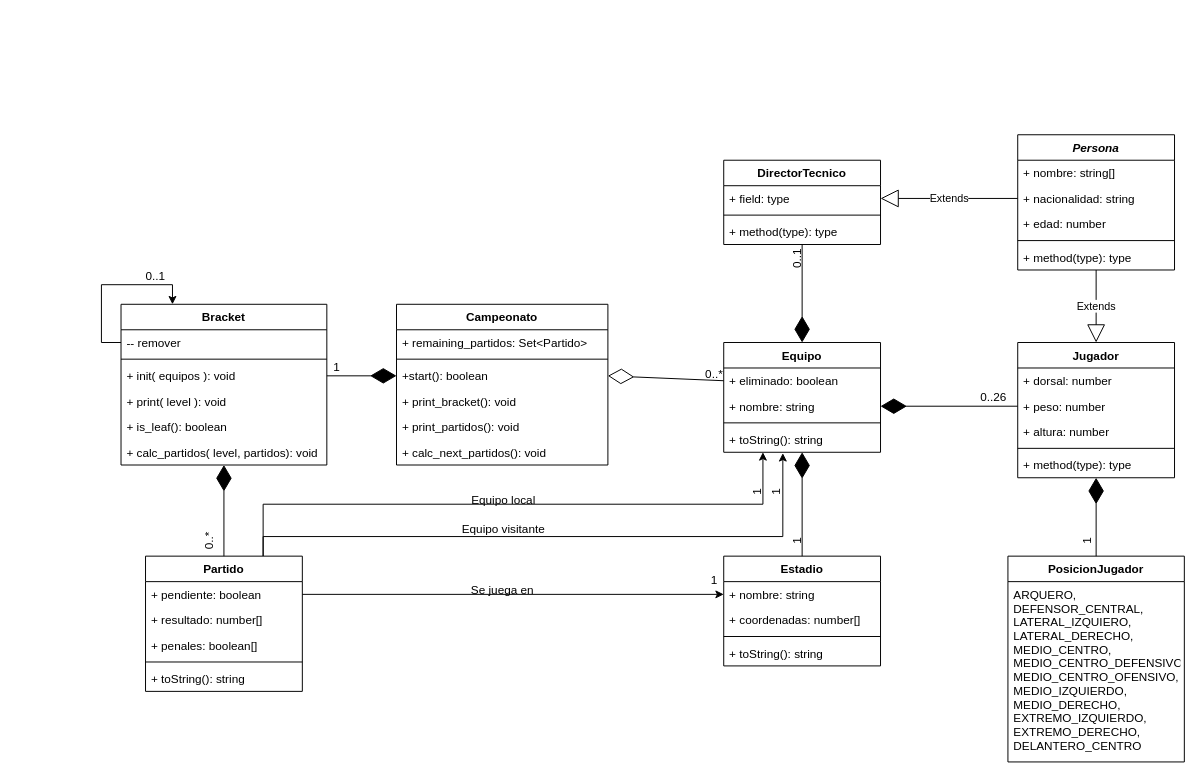
This is doc/Sistema campeonato.drawio from joaquinmaier/campeonato-api, a draw.io file, before an edit. Source tidied: cells renumbered, new cells numbered last; positions are measured from the earlier drawing's top-left corner, leaving out a move shared by most shapes. Both pictures are drawn from the tidied source at 98%, with x=0, y=0 at pixel (101, 134).
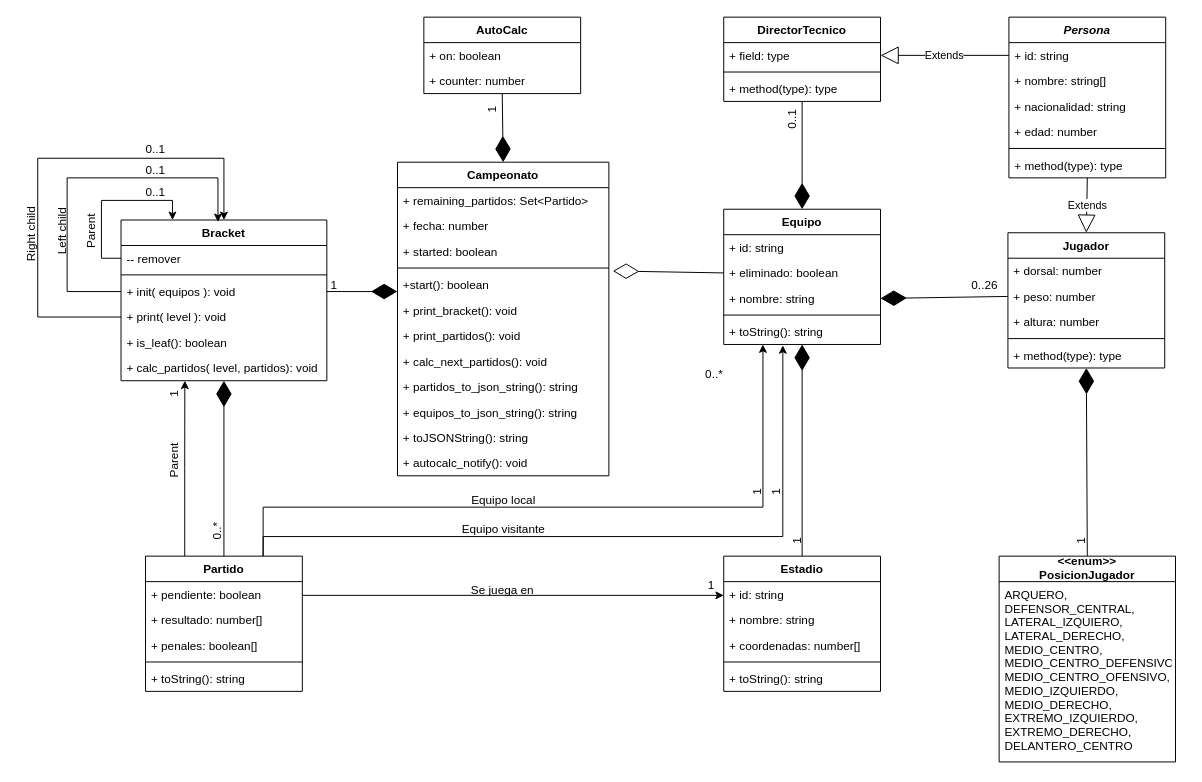
The same page after the edit.

Unchanged cells that the change refers to:
```xml
<mxCell id="18" value="+ peso: number" style="text;strokeColor=none;fillColor=none;align=left;verticalAlign=top;spacingLeft=4;spacingRight=4;overflow=hidden;points=[[0,0.5],[1,0.5]];portConstraint=eastwest;" parent="16" vertex="1">
  <mxGeometry y="52" width="160" height="26" as="geometry" />
</mxCell>
<mxCell id="35" value="+ field: type" style="text;strokeColor=none;fillColor=none;align=left;verticalAlign=top;spacingLeft=4;spacingRight=4;overflow=hidden;points=[[0,0.5],[1,0.5]];portConstraint=eastwest;" parent="34" vertex="1">
  <mxGeometry y="26" width="160" height="26" as="geometry" />
</mxCell>
<mxCell id="45" value="+ init( equipos ): void" style="text;strokeColor=none;fillColor=none;align=left;verticalAlign=top;spacingLeft=4;spacingRight=4;overflow=hidden;points=[[0,0.5],[1,0.5]];portConstraint=eastwest;" parent="41" vertex="1">
  <mxGeometry y="60" width="210" height="26" as="geometry" />
</mxCell>
<mxCell id="46" value="+ print( level ): void" style="text;strokeColor=none;fillColor=none;align=left;verticalAlign=top;spacingLeft=4;spacingRight=4;overflow=hidden;points=[[0,0.5],[1,0.5]];portConstraint=eastwest;" parent="41" vertex="1">
  <mxGeometry y="86" width="210" height="26" as="geometry" />
</mxCell>
<mxCell id="48" value="+ calc_partidos( level, partidos): void" style="text;strokeColor=none;fillColor=none;align=left;verticalAlign=top;spacingLeft=4;spacingRight=4;overflow=hidden;points=[[0,0.5],[1,0.5]];portConstraint=eastwest;" parent="41" vertex="1">
  <mxGeometry y="138" width="210" height="26" as="geometry" />
</mxCell>
<mxCell id="58" value="Partido" style="swimlane;fontStyle=1;align=center;verticalAlign=top;horizontal=1;startSize=26;" parent="1" vertex="1">
  <mxGeometry x="45" y="430" width="160" height="138" as="geometry" />
</mxCell>
<mxCell id="59" value="+ pendiente: boolean" style="text;strokeColor=none;fillColor=none;align=left;verticalAlign=top;spacingLeft=4;spacingRight=4;overflow=hidden;points=[[0,0.5],[1,0.5]];portConstraint=eastwest;" parent="58" vertex="1">
  <mxGeometry y="26" width="160" height="26" as="geometry" />
</mxCell>
```

Diff of the diagram source:
```diff
@@
     <mxCell id="2" value="Campeonato" style="swimlane;fontStyle=1;align=center;verticalAlign=top;horizontal=1;startSize=26;" parent="1" vertex="1">
-      <mxGeometry x="301.1" y="173" width="215.7" height="164" as="geometry" />
+      <mxGeometry x="302.1" y="28" width="215.7" height="320" as="geometry" />
     </mxCell>
@@
+    <mxCell id="77" value="+ fecha: number" style="text;strokeColor=none;fillColor=none;align=left;verticalAlign=top;spacingLeft=4;spacingRight=4;overflow=hidden;" parent="2" vertex="1">
+      <mxGeometry y="52" width="215.7" height="26" as="geometry" />
+    </mxCell>
+    <mxCell id="78" value="+ started: boolean" style="text;strokeColor=none;fillColor=none;align=left;verticalAlign=top;spacingLeft=4;spacingRight=4;overflow=hidden;" parent="2" vertex="1">
+      <mxGeometry y="78" width="215.7" height="26" as="geometry" />
+    </mxCell>
     <mxCell id="4" style="line;strokeWidth=1;fillColor=none;align=left;verticalAlign=middle;spacingTop=-1;spacingLeft=3;spacingRight=3;labelPosition=right;strokeColor=inherit;" parent="2" vertex="1">
-      <mxGeometry y="52" width="215.7" height="8" as="geometry" />
+      <mxGeometry y="104" width="215.7" height="8" as="geometry" />
     </mxCell>
     <mxCell id="5" value="+start(): boolean" style="text;strokeColor=none;fillColor=none;align=left;verticalAlign=top;spacingLeft=4;spacingRight=4;overflow=hidden;points=[[0,0.5],[1,0.5]];portConstraint=eastwest;" parent="2" vertex="1">
-      <mxGeometry y="60" width="215.7" height="26" as="geometry" />
+      <mxGeometry y="112" width="215.7" height="26" as="geometry" />
     </mxCell>
     <mxCell id="6" value="+ print_bracket(): void" style="text;strokeColor=none;fillColor=none;align=left;verticalAlign=top;spacingLeft=4;spacingRight=4;overflow=hidden;" parent="2" vertex="1">
-      <mxGeometry y="86" width="215.7" height="26" as="geometry" />
+      <mxGeometry y="138" width="215.7" height="26" as="geometry" />
     </mxCell>
     <mxCell id="7" value="+ print_partidos(): void" style="text;strokeColor=none;fillColor=none;align=left;verticalAlign=top;spacingLeft=4;spacingRight=4;overflow=hidden;" parent="2" vertex="1">
-      <mxGeometry y="112" width="215.7" height="26" as="geometry" />
+      <mxGeometry y="164" width="215.7" height="26" as="geometry" />
     </mxCell>
     <mxCell id="8" value="+ calc_next_partidos(): void" style="text;strokeColor=none;fillColor=none;align=left;verticalAlign=top;spacingLeft=4;spacingRight=4;overflow=hidden;" parent="2" vertex="1">
-      <mxGeometry y="138" width="215.7" height="26" as="geometry" />
+      <mxGeometry y="190" width="215.7" height="26" as="geometry" />
     </mxCell>
+    <mxCell id="79" value="+ partidos_to_json_string(): string" style="text;strokeColor=none;fillColor=none;align=left;verticalAlign=top;spacingLeft=4;spacingRight=4;overflow=hidden;" parent="2" vertex="1">
+      <mxGeometry y="216" width="215.7" height="26" as="geometry" />
+    </mxCell>
+    <mxCell id="80" value="+ equipos_to_json_string(): string" style="text;strokeColor=none;fillColor=none;align=left;verticalAlign=top;spacingLeft=4;spacingRight=4;overflow=hidden;" parent="2" vertex="1">
+      <mxGeometry y="242" width="215.7" height="26" as="geometry" />
+    </mxCell>
+    <mxCell id="81" value="+ toJSONString(): string" style="text;strokeColor=none;fillColor=none;align=left;verticalAlign=top;spacingLeft=4;spacingRight=4;overflow=hidden;" parent="2" vertex="1">
+      <mxGeometry y="268" width="215.7" height="26" as="geometry" />
+    </mxCell>
+    <mxCell id="82" value="+ autocalc_notify(): void" style="text;strokeColor=none;fillColor=none;align=left;verticalAlign=top;spacingLeft=4;spacingRight=4;overflow=hidden;" parent="2" vertex="1">
+      <mxGeometry y="294" width="215.7" height="26" as="geometry" />
+    </mxCell>
     <mxCell id="9" value="Equipo" style="swimlane;fontStyle=1;align=center;verticalAlign=top;horizontal=1;startSize=26;" parent="1" vertex="1">
-      <mxGeometry x="635" y="212" width="160" height="112" as="geometry" />
+      <mxGeometry x="635" y="76" width="160" height="138" as="geometry" />
     </mxCell>
+    <mxCell id="83" value="+ id: string" style="text;strokeColor=none;fillColor=none;align=left;verticalAlign=top;spacingLeft=4;spacingRight=4;overflow=hidden;" parent="9" vertex="1">
+      <mxGeometry y="26" width="160" height="26" as="geometry" />
+    </mxCell>
     <mxCell id="10" value="+ eliminado: boolean" style="text;strokeColor=none;fillColor=none;align=left;verticalAlign=top;spacingLeft=4;spacingRight=4;overflow=hidden;points=[[0,0.5],[1,0.5]];portConstraint=eastwest;" parent="9" vertex="1">
-      <mxGeometry y="26" width="160" height="26" as="geometry" />
+      <mxGeometry y="52" width="160" height="26" as="geometry" />
     </mxCell>
     <mxCell id="11" value="+ nombre: string" style="text;strokeColor=none;fillColor=none;align=left;verticalAlign=top;spacingLeft=4;spacingRight=4;overflow=hidden;points=[[0,0.5],[1,0.5]];portConstraint=eastwest;" parent="9" vertex="1">
-      <mxGeometry y="52" width="160" height="26" as="geometry" />
+      <mxGeometry y="78" width="160" height="26" as="geometry" />
     </mxCell>
     <mxCell id="12" style="line;strokeWidth=1;fillColor=none;align=left;verticalAlign=middle;spacingTop=-1;spacingLeft=3;spacingRight=3;labelPosition=right;strokeColor=inherit;" parent="9" vertex="1">
-      <mxGeometry y="78" width="160" height="8" as="geometry" />
+      <mxGeometry y="104" width="160" height="8" as="geometry" />
     </mxCell>
     <mxCell id="13" value="+ toString(): string" style="text;strokeColor=none;fillColor=none;align=left;verticalAlign=top;spacingLeft=4;spacingRight=4;overflow=hidden;points=[[0,0.5],[1,0.5]];portConstraint=eastwest;" parent="9" vertex="1">
-      <mxGeometry y="86" width="160" height="26" as="geometry" />
+      <mxGeometry y="112" width="160" height="26" as="geometry" />
     </mxCell>
-    <mxCell id="14" style="endArrow=diamondThin;endFill=0;endSize=24;html=1;rounded=0;exitX=0;exitY=0.5;exitDx=0;exitDy=0;entryX=1;entryY=0.5;entryDx=0;entryDy=0;" parent="1" edge="1" source="10" target="5">
+    <mxCell id="14" style="endArrow=diamondThin;endFill=0;endSize=24;html=1;rounded=0;exitX=0;exitY=0.5;exitDx=0;exitDy=0;entryX=1.019;entryY=-0.038;entryDx=0;entryDy=0;entryPerimeter=0;" parent="1" edge="1" source="10" target="5">
       <mxGeometry relative="1" as="geometry" />
     </mxCell>
@@
     <mxCell id="16" value="Jugador" style="swimlane;fontStyle=1;align=center;verticalAlign=top;horizontal=1;startSize=26;" parent="1" vertex="1">
-      <mxGeometry x="935" y="212" width="160" height="138" as="geometry" />
+      <mxGeometry x="925" y="100" width="160" height="138" as="geometry" />
     </mxCell>
@@
-    <mxCell id="22" style="endArrow=diamondThin;endFill=1;endSize=24;html=1;rounded=0;entryX=1;entryY=0.5;entryDx=0;entryDy=0;exitX=0;exitY=0.5;exitDx=0;exitDy=0;" parent="1" edge="1" target="11">
-      <mxGeometry relative="1" as="geometry">
-        <mxPoint x="935" y="277" as="sourcePoint" />
-      </mxGeometry>
+    <mxCell id="22" style="endArrow=diamondThin;endFill=1;endSize=24;html=1;rounded=0;exitX=0;exitY=0.5;exitDx=0;exitDy=0;entryX=1;entryY=0.5;entryDx=0;entryDy=0;" parent="1" edge="1" source="18" target="11">
+      <mxGeometry relative="1" as="geometry" />
     </mxCell>
     <mxCell id="23" value="0..26" style="text;html=1;align=center;verticalAlign=middle;strokeColor=none;fillColor=none;" parent="1" vertex="1">
-      <mxGeometry x="885" y="253" width="50" height="30" as="geometry" />
+      <mxGeometry x="876" y="139" width="50" height="30" as="geometry" />
     </mxCell>
-    <mxCell id="24" value="PosicionJugador" style="swimlane;fontStyle=1;align=center;verticalAlign=top;horizontal=1;startSize=26;" parent="1" vertex="1">
-      <mxGeometry x="925" y="430" width="180" height="210" as="geometry" />
+    <mxCell id="24" value="&lt;&lt;enum&gt;&gt;&#10;PosicionJugador" style="swimlane;fontStyle=1;align=center;verticalAlign=top;horizontal=1;startSize=26;spacingBottom=0;spacingTop=-8;" parent="1" vertex="1">
+      <mxGeometry x="916" y="430" width="180" height="210" as="geometry" />
     </mxCell>
@@
     <mxCell id="27" value="Persona" style="swimlane;fontStyle=3;align=center;verticalAlign=top;horizontal=1;startSize=26;" parent="1" vertex="1">
-      <mxGeometry x="935" width="160" height="138" as="geometry" />
+      <mxGeometry x="926" y="-120" width="160" height="164" as="geometry" />
     </mxCell>
+    <mxCell id="84" value="+ id: string" style="text;strokeColor=none;fillColor=none;align=left;verticalAlign=top;spacingLeft=4;spacingRight=4;overflow=hidden;points=[[0,0.5],[1,0.5]];portConstraint=eastwest;" parent="27" vertex="1">
+      <mxGeometry y="26" width="160" height="26" as="geometry" />
+    </mxCell>
     <mxCell id="28" value="+ nombre: string[]" style="text;strokeColor=none;fillColor=none;align=left;verticalAlign=top;spacingLeft=4;spacingRight=4;overflow=hidden;" parent="27" vertex="1">
-      <mxGeometry y="26" width="160" height="26" as="geometry" />
+      <mxGeometry y="52" width="160" height="26" as="geometry" />
     </mxCell>
     <mxCell id="29" value="+ nacionalidad: string" style="text;strokeColor=none;fillColor=none;align=left;verticalAlign=top;spacingLeft=4;spacingRight=4;overflow=hidden;points=[[0,0.5],[1,0.5]];portConstraint=eastwest;" parent="27" vertex="1">
-      <mxGeometry y="52" width="160" height="26" as="geometry" />
+      <mxGeometry y="78" width="160" height="26" as="geometry" />
     </mxCell>
     <mxCell id="30" value="+ edad: number" style="text;strokeColor=none;fillColor=none;align=left;verticalAlign=top;spacingLeft=4;spacingRight=4;overflow=hidden;" parent="27" vertex="1">
-      <mxGeometry y="78" width="160" height="26" as="geometry" />
+      <mxGeometry y="104" width="160" height="26" as="geometry" />
     </mxCell>
     <mxCell id="31" style="line;strokeWidth=1;fillColor=none;align=left;verticalAlign=middle;spacingTop=-1;spacingLeft=3;spacingRight=3;labelPosition=right;strokeColor=inherit;" parent="27" vertex="1">
-      <mxGeometry y="104" width="160" height="8" as="geometry" />
+      <mxGeometry y="130" width="160" height="8" as="geometry" />
     </mxCell>
     <mxCell id="32" value="+ method(type): type" style="text;strokeColor=none;fillColor=none;align=left;verticalAlign=top;spacingLeft=4;spacingRight=4;overflow=hidden;" parent="27" vertex="1">
-      <mxGeometry y="112" width="160" height="26" as="geometry" />
+      <mxGeometry y="138" width="160" height="26" as="geometry" />
     </mxCell>
@@
     <mxCell id="34" value="DirectorTecnico" style="swimlane;fontStyle=1;align=center;verticalAlign=top;horizontal=1;startSize=26;" parent="1" vertex="1">
-      <mxGeometry x="635" y="26" width="160" height="86" as="geometry" />
+      <mxGeometry x="635" y="-120" width="160" height="86" as="geometry" />
     </mxCell>
@@
-    <mxCell id="38" value="Extends" style="endArrow=block;endSize=16;endFill=0;html=1;rounded=0;exitX=0;exitY=0.5;exitDx=0;exitDy=0;entryX=1;entryY=0.5;entryDx=0;entryDy=0;" parent="1" edge="1" source="29" target="35">
+    <mxCell id="38" value="Extends" style="endArrow=block;endSize=16;endFill=0;html=1;rounded=0;exitX=0;exitY=0.5;exitDx=0;exitDy=0;entryX=1;entryY=0.5;entryDx=0;entryDy=0;" parent="1" edge="1" source="84" target="35">
       <mxGeometry relative="1" as="geometry" />
     </mxCell>
@@
     <mxCell id="40" value="0..1" style="text;html=1;align=center;verticalAlign=middle;strokeColor=none;fillColor=none;rotation=270;" parent="1" vertex="1">
-      <mxGeometry x="690" y="112" width="40" height="30" as="geometry" />
+      <mxGeometry x="685" y="-30" width="40" height="30" as="geometry" />
     </mxCell>
     <mxCell id="41" value="Bracket" style="swimlane;fontStyle=1;align=center;verticalAlign=top;horizontal=1;startSize=26;" parent="1" vertex="1">
-      <mxGeometry x="20" y="173" width="210" height="164" as="geometry" />
+      <mxGeometry x="20" y="87" width="210" height="164" as="geometry" />
     </mxCell>
@@
+    <mxCell id="85" style="edgeStyle=orthogonalEdgeStyle;rounded=0;jettySize=auto;html=1;exitX=0;exitY=0.5;exitDx=0;exitDy=0;entryX=0.471;entryY=0.012;entryDx=0;entryDy=0;entryPerimeter=0;" parent="41" edge="1" source="45" target="41">
+      <mxGeometry relative="1" as="geometry">
+        <Array as="points">
+          <mxPoint x="-55" y="73" />
+          <mxPoint x="-55" y="-43" />
+          <mxPoint x="99" y="-43" />
+        </Array>
+      </mxGeometry>
+    </mxCell>
@@
+    <mxCell id="86" style="edgeStyle=orthogonalEdgeStyle;rounded=0;jettySize=auto;html=1;exitX=0;exitY=0.5;exitDx=0;exitDy=0;entryX=0.5;entryY=0;entryDx=0;entryDy=0;" parent="41" edge="1" source="46" target="41">
+      <mxGeometry relative="1" as="geometry">
+        <Array as="points">
+          <mxPoint x="-85" y="99" />
+          <mxPoint x="-85" y="-63" />
+          <mxPoint x="105" y="-63" />
+        </Array>
+      </mxGeometry>
+    </mxCell>
@@
     <mxCell id="49" value="Estadio" style="swimlane;fontStyle=1;align=center;verticalAlign=top;horizontal=1;startSize=26;" parent="1" vertex="1">
-      <mxGeometry x="635" y="430" width="160" height="112" as="geometry" />
+      <mxGeometry x="635" y="430" width="160" height="138" as="geometry" />
     </mxCell>
+    <mxCell id="87" value="+ id: string" style="text;strokeColor=none;fillColor=none;align=left;verticalAlign=top;spacingLeft=4;spacingRight=4;overflow=hidden;" parent="49" vertex="1">
+      <mxGeometry y="26" width="160" height="26" as="geometry" />
+    </mxCell>
     <mxCell id="50" value="+ nombre: string" style="text;strokeColor=none;fillColor=none;align=left;verticalAlign=top;spacingLeft=4;spacingRight=4;overflow=hidden;points=[[0,0.5],[1,0.5]];portConstraint=eastwest;" parent="49" vertex="1">
-      <mxGeometry y="26" width="160" height="26" as="geometry" />
+      <mxGeometry y="52" width="160" height="26" as="geometry" />
     </mxCell>
     <mxCell id="51" value="+ coordenadas: number[]" style="text;strokeColor=none;fillColor=none;align=left;verticalAlign=top;spacingLeft=4;spacingRight=4;overflow=hidden;" parent="49" vertex="1">
-      <mxGeometry y="52" width="160" height="26" as="geometry" />
+      <mxGeometry y="78" width="160" height="26" as="geometry" />
     </mxCell>
     <mxCell id="52" style="line;strokeWidth=1;fillColor=none;align=left;verticalAlign=middle;spacingTop=-1;spacingLeft=3;spacingRight=3;labelPosition=right;strokeColor=inherit;" parent="49" vertex="1">
-      <mxGeometry y="78" width="160" height="8" as="geometry" />
+      <mxGeometry y="104" width="160" height="8" as="geometry" />
     </mxCell>
     <mxCell id="53" value="+ toString(): string" style="text;strokeColor=none;fillColor=none;align=left;verticalAlign=top;spacingLeft=4;spacingRight=4;overflow=hidden;" parent="49" vertex="1">
-      <mxGeometry y="86" width="160" height="26" as="geometry" />
+      <mxGeometry y="112" width="160" height="26" as="geometry" />
     </mxCell>
@@
     <mxCell id="56" style="edgeStyle=orthogonalEdgeStyle;rounded=0;jettySize=auto;html=1;exitX=0.75;exitY=0;exitDx=0;exitDy=0;entryX=0.25;entryY=1;entryDx=0;entryDy=0;" parent="1" edge="1" source="58" target="9">
-      <mxGeometry relative="1" as="geometry" />
+      <mxGeometry relative="1" as="geometry">
+        <Array as="points">
+          <mxPoint x="165" y="380" />
+          <mxPoint x="675" y="380" />
+        </Array>
+      </mxGeometry>
     </mxCell>
@@
+    <mxCell id="88" style="edgeStyle=orthogonalEdgeStyle;rounded=0;jettySize=auto;html=1;exitX=0.25;exitY=0;exitDx=0;exitDy=0;entryX=0.31;entryY=1;entryDx=0;entryDy=0;entryPerimeter=0;" parent="1" edge="1" source="58" target="48">
+      <mxGeometry relative="1" as="geometry" />
+    </mxCell>
@@
     <mxCell id="66" value="Se juega en" style="text;html=1;align=center;verticalAlign=middle;strokeColor=none;fillColor=none;" parent="1" vertex="1">
-      <mxGeometry x="364" y="450" width="90" height="30" as="geometry" />
+      <mxGeometry x="363.5" y="450" width="90" height="30" as="geometry" />
     </mxCell>
     <mxCell id="67" value="1" style="text;html=1;align=center;verticalAlign=middle;strokeColor=none;fillColor=none;" parent="1" vertex="1">
-      <mxGeometry x="610" y="440" width="30" height="30" as="geometry" />
+      <mxGeometry x="607" y="445" width="30" height="30" as="geometry" />
     </mxCell>
     <mxCell id="68" value="0..*" style="text;html=1;align=center;verticalAlign=middle;strokeColor=none;fillColor=none;rotation=-90;" parent="1" vertex="1">
-      <mxGeometry x="90" y="400" width="40" height="30" as="geometry" />
+      <mxGeometry x="98" y="390" width="40" height="30" as="geometry" />
     </mxCell>
@@
     <mxCell id="70" value="1" style="text;html=1;align=center;verticalAlign=middle;strokeColor=none;fillColor=none;rotation=-90;" parent="1" vertex="1">
-      <mxGeometry x="991" y="400" width="30" height="30" as="geometry" />
+      <mxGeometry x="985" y="400" width="30" height="30" as="geometry" />
     </mxCell>
     <mxCell id="71" value="1" style="text;html=1;align=center;verticalAlign=middle;strokeColor=none;fillColor=none;" parent="1" vertex="1">
-      <mxGeometry x="225" y="223" width="30" height="30" as="geometry" />
+      <mxGeometry x="222" y="139" width="30" height="30" as="geometry" />
     </mxCell>
-    <mxCell id="72" style="endArrow=diamondThin;endFill=1;endSize=24;html=1;rounded=0;exitX=1;exitY=0.5;exitDx=0;exitDy=0;entryX=0;entryY=0.5;entryDx=0;entryDy=0;" parent="1" edge="1" source="45" target="5">
-      <mxGeometry relative="1" as="geometry" />
+    <mxCell id="72" style="endArrow=diamondThin;endFill=1;endSize=24;html=1;rounded=0;exitX=1;exitY=0.5;exitDx=0;exitDy=0;" parent="1" edge="1" source="45">
+      <mxGeometry relative="1" as="geometry">
+        <mxPoint x="302" y="160" as="targetPoint" />
+      </mxGeometry>
     </mxCell>
     <mxCell id="73" value="0..1" style="text;html=1;align=center;verticalAlign=middle;strokeColor=none;fillColor=none;" parent="1" vertex="1">
-      <mxGeometry x="35" y="130" width="40" height="30" as="geometry" />
+      <mxGeometry x="35" y="44" width="40" height="30" as="geometry" />
     </mxCell>
-    <mxCell id="74" style="edgeStyle=orthogonalEdgeStyle;rounded=0;jettySize=auto;html=1;exitX=1;exitY=0.5;exitDx=0;exitDy=0;entryX=0;entryY=0.5;entryDx=0;entryDy=0;" parent="1" edge="1" source="59" target="50">
-      <mxGeometry relative="1" as="geometry" />
+    <mxCell id="74" style="edgeStyle=orthogonalEdgeStyle;rounded=0;orthogonalLoop=1;jettySize=auto;html=1;exitX=1;exitY=0.5;exitDx=0;exitDy=0;" parent="1" edge="1">
+      <mxGeometry relative="1" as="geometry">
+        <mxPoint x="205" y="469" as="sourcePoint" />
+        <mxPoint x="635" y="470" as="targetPoint" />
+        <Array as="points">
+          <mxPoint x="205" y="470" />
+        </Array>
+      </mxGeometry>
     </mxCell>
@@
+    <mxCell id="89" value="AutoCalc" style="swimlane;fontStyle=1;align=center;verticalAlign=top;horizontal=1;startSize=26;" parent="1" vertex="1">
+      <mxGeometry x="329" y="-120" width="160" height="78" as="geometry" />
+    </mxCell>
+    <mxCell id="90" value="+ on: boolean" style="text;strokeColor=none;fillColor=none;align=left;verticalAlign=top;spacingLeft=4;spacingRight=4;overflow=hidden;" parent="89" vertex="1">
+      <mxGeometry y="26" width="160" height="26" as="geometry" />
+    </mxCell>
+    <mxCell id="91" value="+ counter: number" style="text;strokeColor=none;fillColor=none;align=left;verticalAlign=top;spacingLeft=4;spacingRight=4;overflow=hidden;" parent="89" vertex="1">
+      <mxGeometry y="52" width="160" height="26" as="geometry" />
+    </mxCell>
+    <mxCell id="92" style="endArrow=diamondThin;endFill=1;endSize=24;html=1;rounded=0;entryX=0.5;entryY=0;entryDx=0;entryDy=0;exitX=0.5;exitY=1;exitDx=0;exitDy=0;" parent="1" edge="1" source="89" target="2">
+      <mxGeometry relative="1" as="geometry" />
+    </mxCell>
+    <mxCell id="93" value="1" style="text;html=1;align=center;verticalAlign=middle;strokeColor=none;fillColor=none;rotation=270;" parent="1" vertex="1">
+      <mxGeometry x="384" y="-40" width="30" height="30" as="geometry" />
+    </mxCell>
+    <mxCell id="94" value="Parent" style="text;html=1;align=center;verticalAlign=middle;strokeColor=none;fillColor=none;rotation=270;" parent="1" vertex="1">
+      <mxGeometry x="-40" y="84" width="60" height="30" as="geometry" />
+    </mxCell>
+    <mxCell id="95" value="Left child" style="text;html=1;align=center;verticalAlign=middle;strokeColor=none;fillColor=none;rotation=270;" parent="1" vertex="1">
+      <mxGeometry x="-75" y="84" width="70" height="30" as="geometry" />
+    </mxCell>
+    <mxCell id="96" value="0..1" style="text;html=1;align=center;verticalAlign=middle;strokeColor=none;fillColor=none;rotation=0;" parent="1" vertex="1">
+      <mxGeometry x="35" y="22" width="40" height="30" as="geometry" />
+    </mxCell>
+    <mxCell id="97" value="Right child" style="text;html=1;align=center;verticalAlign=middle;strokeColor=none;fillColor=none;rotation=-90;" parent="1" vertex="1">
+      <mxGeometry x="-111" y="87" width="80" height="30" as="geometry" />
+    </mxCell>
+    <mxCell id="98" value="0..1" style="text;html=1;align=center;verticalAlign=middle;strokeColor=none;fillColor=none;rotation=0;" parent="1" vertex="1">
+      <mxGeometry x="35" width="40" height="30" as="geometry" />
+    </mxCell>
+    <mxCell id="99" value="Parent" style="text;html=1;align=center;verticalAlign=middle;strokeColor=none;fillColor=none;rotation=270;" parent="1" vertex="1">
+      <mxGeometry x="45" y="318" width="60" height="30" as="geometry" />
+    </mxCell>
+    <mxCell id="100" value="1" style="text;html=1;align=center;verticalAlign=middle;strokeColor=none;fillColor=none;rotation=270;" parent="1" vertex="1">
+      <mxGeometry x="60" y="250" width="30" height="30" as="geometry" />
+    </mxCell>
```
